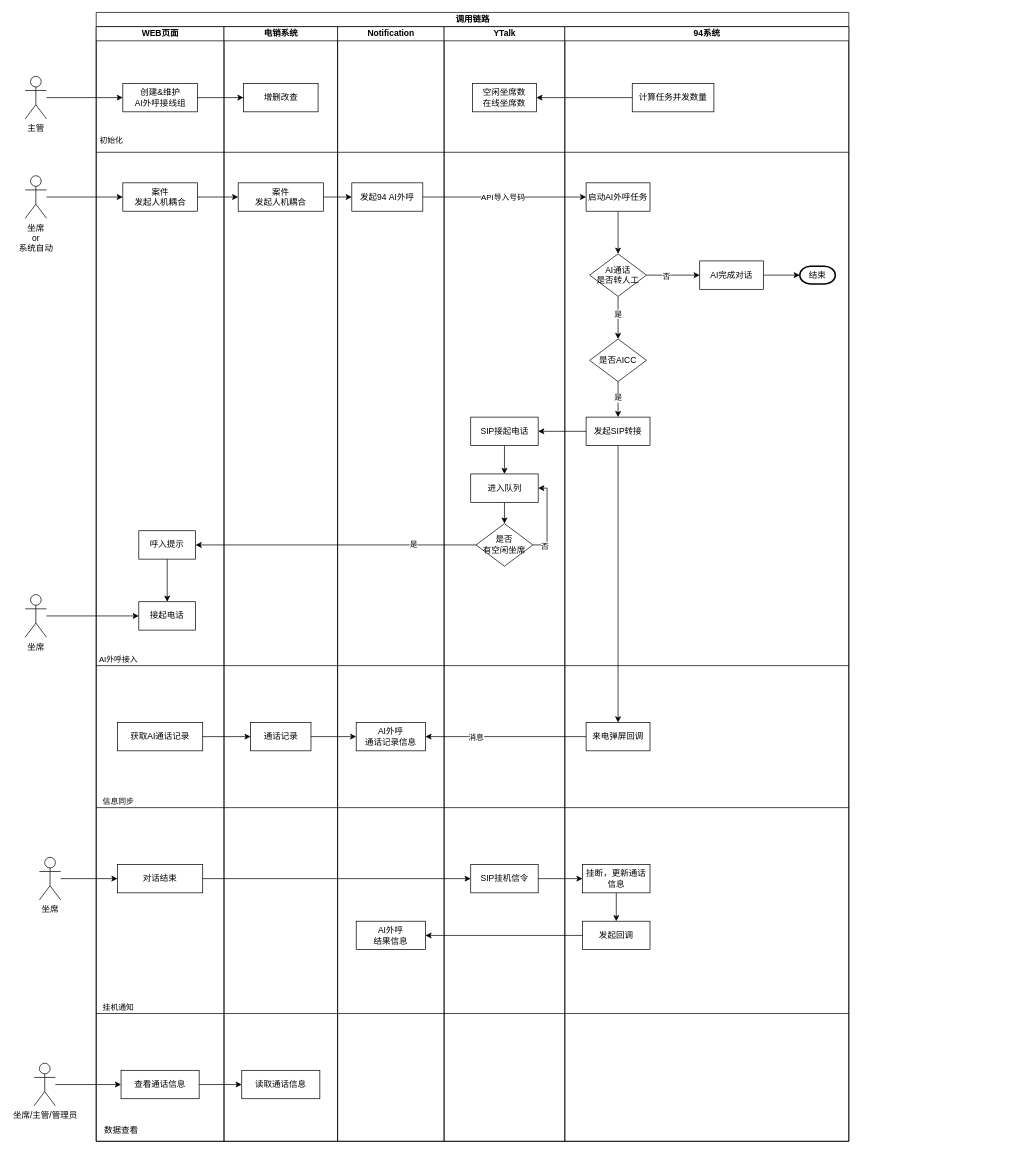
Before: page "调用链路" (2 of 2) of 人机耦合设计.drawio in ABIN-DS/flowchart, a draw.io diagram. Source tidied: cells renumbered, new cells numbered last; positions are measured from the earlier drawing's top-left corner, leaving out a move shared by most shapes. Both pictures are drawn from the tidied source at 71%, with x=0, y=0 at pixel (25, 12).
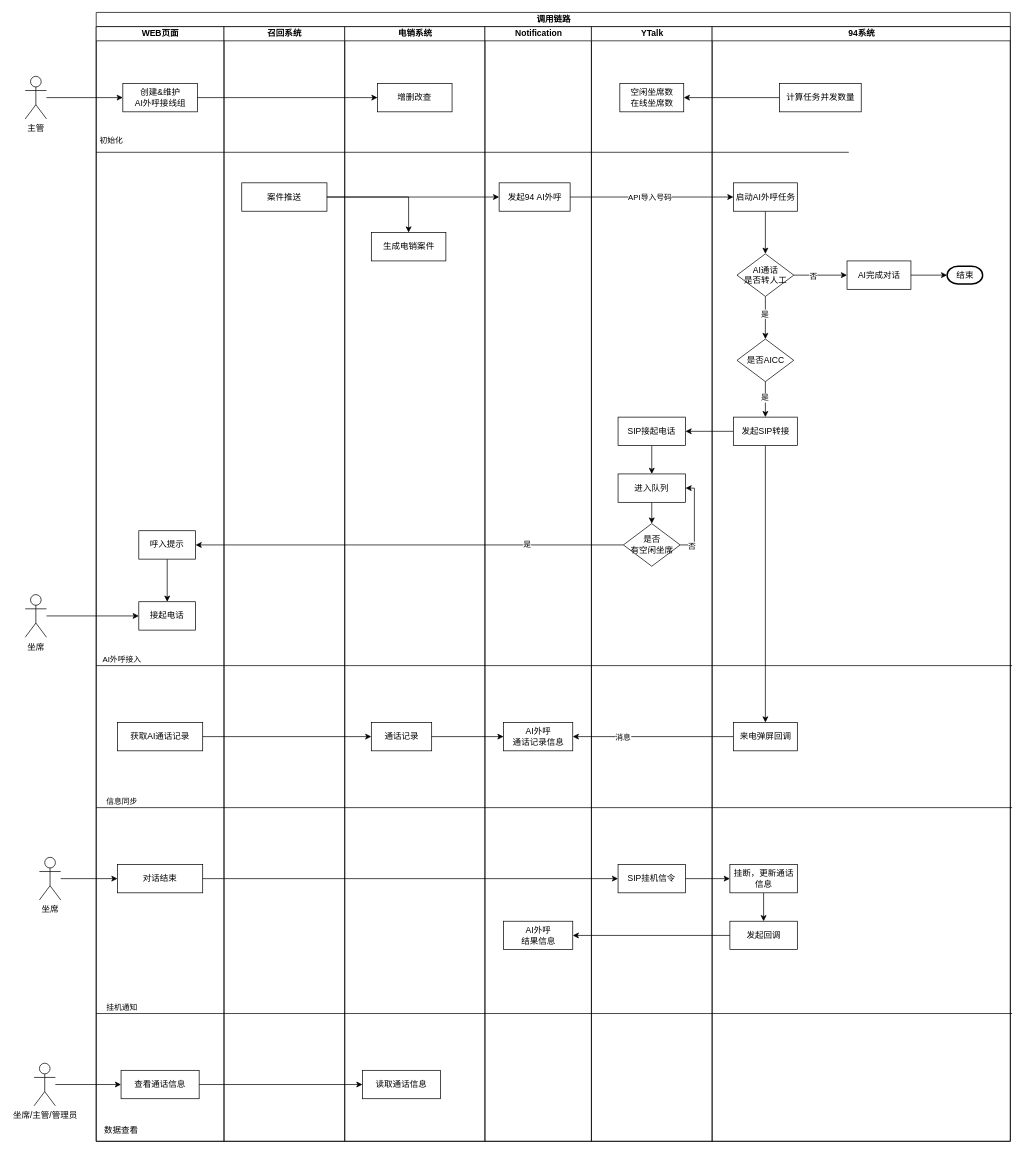
The same page after the edit.

Unchanged cells that the change refers to:
```xml
<mxCell id="3" value="WEB页面" style="swimlane;startSize=20;html=1;fontSize=12;" parent="2" vertex="1">
  <mxGeometry y="20" width="180" height="1570" as="geometry" />
</mxCell>
```

What changed in the source:
```diff
@@
     <mxCell id="2" value="调用链路" style="swimlane;startSize=20;html=1;" parent="1" vertex="1">
-      <mxGeometry x="100" width="1060" height="1590" as="geometry" />
+      <mxGeometry x="100" width="1287.5" height="1590" as="geometry" />
     </mxCell>
@@
-    <mxCell id="4" value="案件&lt;br&gt;发起人机耦合" style="rounded=0;whiteSpace=wrap;html=1;" parent="3" vertex="1">
-      <mxGeometry x="37.5" y="220" width="105" height="40" as="geometry" />
-    </mxCell>
@@
     <mxCell id="11" style="endArrow=none;html=1;rounded=0;" parent="3" edge="1">
       <mxGeometry relative="1" as="geometry">
         <mxPoint y="1100" as="sourcePoint" />
-        <mxPoint x="1060" y="1100" as="targetPoint" />
+        <mxPoint x="1290" y="1100" as="targetPoint" />
       </mxGeometry>
     </mxCell>
@@
+    <mxCell id="88" value="召回系统" style="swimlane;startSize=20;html=1;fontSize=12;" parent="2" vertex="1">
+      <mxGeometry x="180" y="20" width="170" height="1570" as="geometry" />
+    </mxCell>
+    <mxCell id="18" value="案件推送" style="rounded=0;whiteSpace=wrap;html=1;" parent="88" vertex="1">
+      <mxGeometry x="25" y="220" width="120" height="40" as="geometry" />
+    </mxCell>
     <mxCell id="17" value="电销系统" style="swimlane;startSize=20;html=1;fontSize=12;" parent="2" vertex="1">
-      <mxGeometry x="180" y="20" width="160" height="1570" as="geometry" />
+      <mxGeometry x="350" y="20" width="197.5" height="1570" as="geometry" />
     </mxCell>
-    <mxCell id="18" value="案件&lt;br&gt;发起人机耦合" style="rounded=0;whiteSpace=wrap;html=1;" parent="17" vertex="1">
-      <mxGeometry x="20" y="220" width="120" height="40" as="geometry" />
-    </mxCell>
@@
     <mxCell id="20" value="增删改查" style="rounded=0;whiteSpace=wrap;html=1;" parent="17" vertex="1">
-      <mxGeometry x="27.5" y="80" width="105" height="40" as="geometry" />
+      <mxGeometry x="46.2" y="80" width="105" height="40" as="geometry" />
     </mxCell>
@@
+    <mxCell id="89" value="生成电销案件" style="rounded=0;whiteSpace=wrap;html=1;" parent="17" vertex="1">
+      <mxGeometry x="37.5" y="290" width="105" height="40" as="geometry" />
+    </mxCell>
@@
     <mxCell id="23" value="Notification" style="swimlane;startSize=20;html=1;fontSize=12;" parent="2" vertex="1">
-      <mxGeometry x="340" y="20" width="150" height="1570" as="geometry" />
+      <mxGeometry x="547.5" y="20" width="150" height="1570" as="geometry" />
     </mxCell>
@@
     <mxCell id="25" style="endArrow=none;html=1;rounded=0;" parent="23" edge="1">
       <mxGeometry relative="1" as="geometry">
-        <mxPoint x="-340" y="900" as="sourcePoint" />
-        <mxPoint x="720" y="900" as="targetPoint" />
+        <mxPoint x="-547.5" y="900" as="sourcePoint" />
+        <mxPoint x="742.5" y="900" as="targetPoint" />
       </mxGeometry>
     </mxCell>
@@
     <mxCell id="31" value="YTalk" style="swimlane;startSize=20;html=1;fontSize=12;" parent="2" vertex="1">
-      <mxGeometry x="490" y="20" width="170" height="1570" as="geometry" />
+      <mxGeometry x="697.5" y="20" width="170" height="1570" as="geometry" />
     </mxCell>
@@
-    <mxCell id="41" style="edgeStyle=orthogonalEdgeStyle;rounded=0;jettySize=auto;html=1;exitX=1;exitY=0.5;exitDx=0;exitDy=0;entryX=0;entryY=0.5;entryDx=0;entryDy=0;" parent="2" edge="1" source="4" target="18">
-      <mxGeometry relative="1" as="geometry" />
-    </mxCell>
@@
     <mxCell id="51" value="94系统" style="swimlane;startSize=20;html=1;fontSize=12;" parent="2" vertex="1">
-      <mxGeometry x="660" y="20" width="400" height="1570" as="geometry" />
+      <mxGeometry x="867.5" y="20" width="420" height="1570" as="geometry" />
     </mxCell>
@@
-    <mxCell id="76" style="edgeStyle=orthogonalEdgeStyle;rounded=0;jettySize=auto;html=1;entryX=0;entryY=0.5;entryDx=0;entryDy=0;" parent="1" edge="1" source="77" target="4">
-      <mxGeometry relative="1" as="geometry" />
-    </mxCell>
-    <mxCell id="77" value="坐席&lt;br&gt;or&lt;br&gt;系统自动" style="shape=umlActor;verticalLabelPosition=bottom;verticalAlign=top;html=1;outlineConnect=0;" parent="1" vertex="1">
-      <mxGeometry y="230" width="30" height="60" as="geometry" />
-    </mxCell>
+    <mxCell id="90" style="edgeStyle=orthogonalEdgeStyle;rounded=0;jettySize=auto;html=1;" parent="2" edge="1" source="18" target="89">
+      <mxGeometry relative="1" as="geometry" />
+    </mxCell>
@@
     <mxCell id="82" style="endArrow=none;html=1;rounded=0;" parent="1" edge="1">
       <mxGeometry relative="1" as="geometry">
         <mxPoint x="100" y="1410" as="sourcePoint" />
-        <mxPoint x="1160" y="1410" as="targetPoint" />
+        <mxPoint x="1390" y="1410" as="targetPoint" />
       </mxGeometry>
     </mxCell>
```
